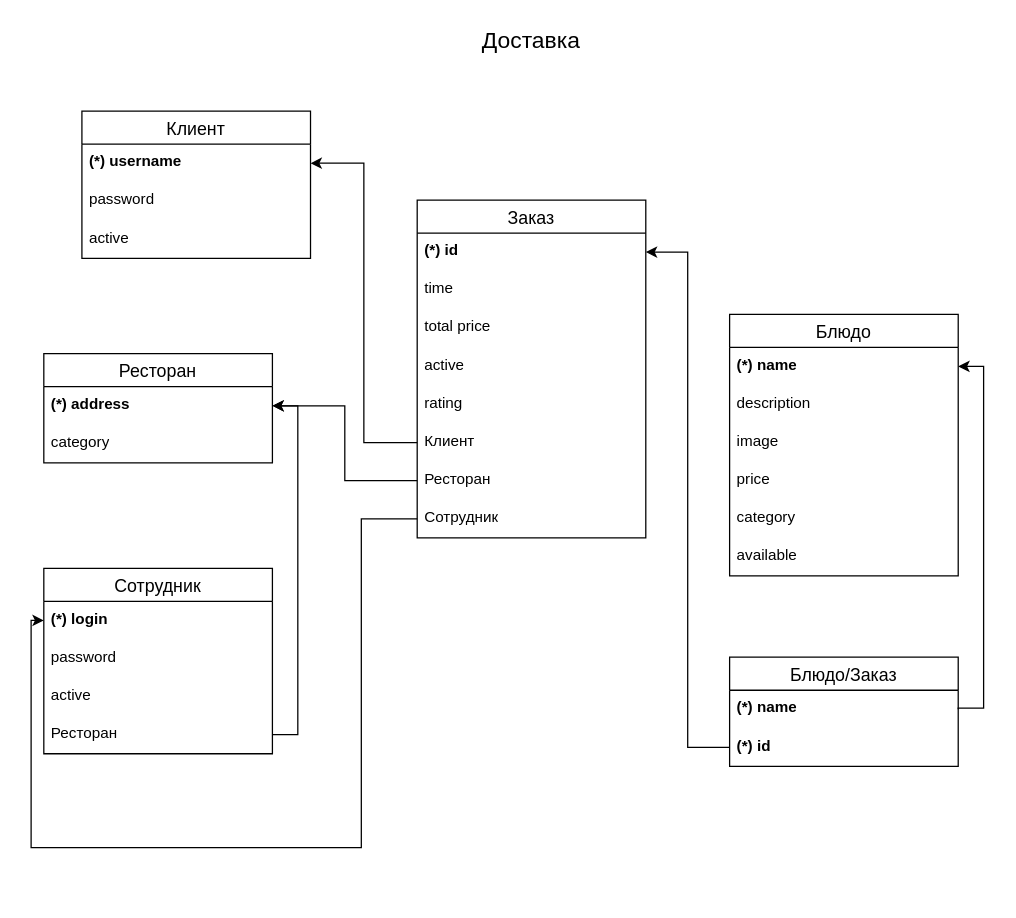
Above: doc/relational.drawio in Nuikut/fastapi-react-delivery (draw.io), before the change. Source tidied: cells renumbered, new cells numbered last; positions are measured from the earlier drawing's top-left corner, leaving out a move shared by most shapes. Both pictures are drawn from the tidied source at 127%, with x=0, y=0 at pixel (30, 22).
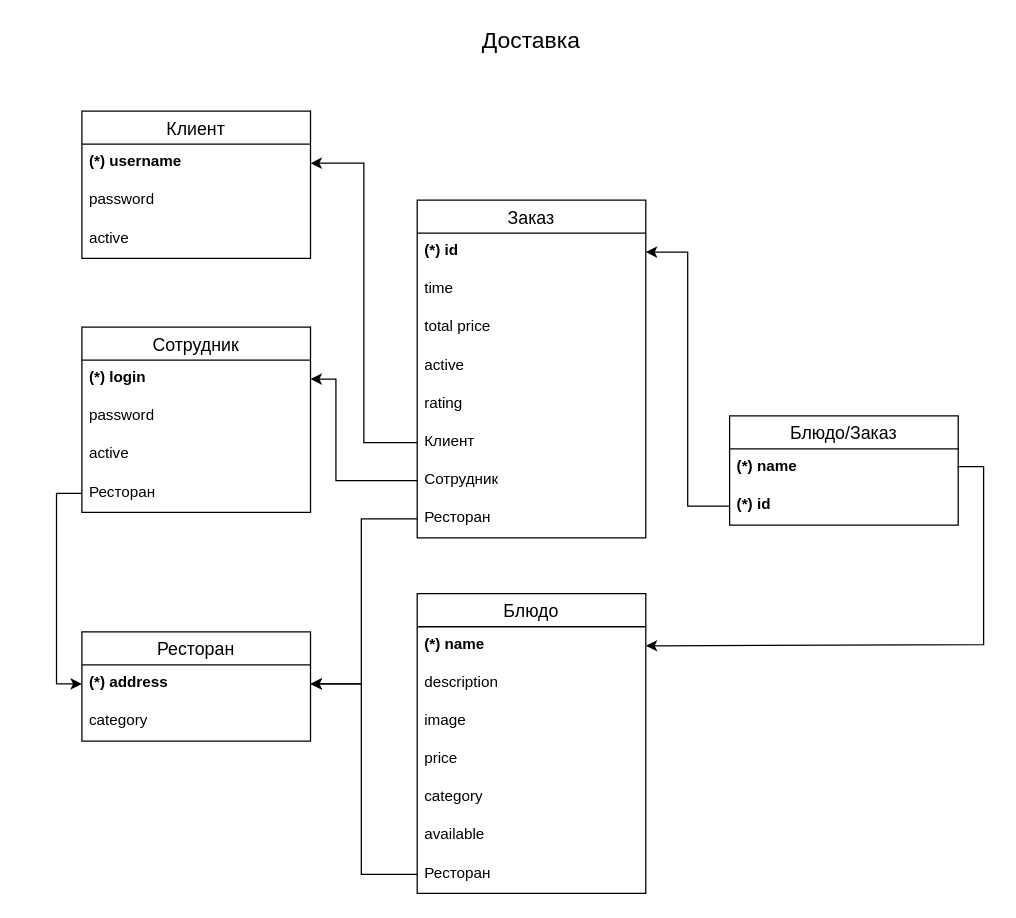
The same page after the edit.

The change refers to these unchanged cells:
```xml
<mxCell id="8" value="&lt;b&gt;(*) name&lt;/b&gt;" style="text;strokeColor=none;fillColor=none;spacingLeft=4;spacingRight=4;overflow=hidden;points=[[0,0.5],[1,0.5]];portConstraint=eastwest;fontSize=12;whiteSpace=wrap;html=1;fontStyle=0;" parent="7" vertex="1">
  <mxGeometry y="26" width="180" height="30" as="geometry" />
</mxCell>
<mxCell id="15" value="&lt;b&gt;(*) address&lt;/b&gt;" style="text;strokeColor=none;fillColor=none;spacingLeft=4;spacingRight=4;overflow=hidden;points=[[0,0.5],[1,0.5]];portConstraint=eastwest;fontSize=12;whiteSpace=wrap;html=1;fontStyle=0;" parent="14" vertex="1">
  <mxGeometry y="26" width="180" height="30" as="geometry" />
</mxCell>
<mxCell id="17" value="Заказ" style="swimlane;fontStyle=0;horizontal=1;startSize=26;align=center;fontSize=14;" parent="1" vertex="1">
  <mxGeometry x="304" y="140" width="180" height="266" as="geometry" />
</mxCell>
<mxCell id="27" value="&lt;b&gt;(*) login&lt;/b&gt;" style="text;strokeColor=none;fillColor=none;spacingLeft=4;spacingRight=4;overflow=hidden;points=[[0,0.5],[1,0.5]];portConstraint=eastwest;fontSize=12;whiteSpace=wrap;html=1;fontStyle=0;" parent="26" vertex="1">
  <mxGeometry y="26" width="180" height="30" as="geometry" />
</mxCell>
<mxCell id="30" value="Ресторан" style="text;strokeColor=none;fillColor=none;spacingLeft=4;spacingRight=4;overflow=hidden;points=[[0,0.5],[1,0.5]];portConstraint=eastwest;fontSize=12;whiteSpace=wrap;html=1;" parent="26" vertex="1">
  <mxGeometry y="116" width="180" height="30" as="geometry" />
</mxCell>
<mxCell id="36" value="&lt;b&gt;(*) name&lt;/b&gt;" style="text;strokeColor=none;fillColor=none;spacingLeft=4;spacingRight=4;overflow=hidden;points=[[0,0.5],[1,0.5]];portConstraint=eastwest;fontSize=12;whiteSpace=wrap;html=1;fontStyle=0;" parent="35" vertex="1">
  <mxGeometry y="26" width="180" height="30" as="geometry" />
</mxCell>
```

Change to the diagram source:
```diff
@@
     <mxCell id="7" value="Блюдо" style="swimlane;fontStyle=0;horizontal=1;startSize=26;align=center;fontSize=14;" parent="1" vertex="1">
-      <mxGeometry x="550" y="230" width="180" height="206" as="geometry" />
+      <mxGeometry x="304" y="450" width="180" height="236" as="geometry" />
     </mxCell>
@@
+    <mxCell id="40" value="Ресторан" style="text;strokeColor=none;fillColor=none;spacingLeft=4;spacingRight=4;overflow=hidden;points=[[0,0.5],[1,0.5]];portConstraint=eastwest;fontSize=12;whiteSpace=wrap;html=1;" parent="7" vertex="1">
+      <mxGeometry y="206" width="180" height="30" as="geometry" />
+    </mxCell>
     <mxCell id="14" value="Ресторан" style="swimlane;fontStyle=0;horizontal=1;startSize=26;align=center;fontSize=14;" parent="1" vertex="1">
-      <mxGeometry x="10" y="261" width="180" height="86" as="geometry" />
+      <mxGeometry x="40" y="480" width="180" height="86" as="geometry" />
     </mxCell>
@@
+    <mxCell id="25" value="Сотрудник" style="text;strokeColor=none;fillColor=none;spacingLeft=4;spacingRight=4;overflow=hidden;points=[[0,0.5],[1,0.5]];portConstraint=eastwest;fontSize=12;whiteSpace=wrap;html=1;" parent="17" vertex="1">
+      <mxGeometry y="206" width="180" height="30" as="geometry" />
+    </mxCell>
     <mxCell id="24" value="Ресторан" style="text;strokeColor=none;fillColor=none;spacingLeft=4;spacingRight=4;overflow=hidden;points=[[0,0.5],[1,0.5]];portConstraint=eastwest;fontSize=12;whiteSpace=wrap;html=1;" parent="17" vertex="1">
-      <mxGeometry y="206" width="180" height="30" as="geometry" />
+      <mxGeometry y="236" width="180" height="30" as="geometry" />
     </mxCell>
-    <mxCell id="25" value="Сотрудник" style="text;strokeColor=none;fillColor=none;spacingLeft=4;spacingRight=4;overflow=hidden;points=[[0,0.5],[1,0.5]];portConstraint=eastwest;fontSize=12;whiteSpace=wrap;html=1;" parent="17" vertex="1">
-      <mxGeometry y="236" width="180" height="30" as="geometry" />
-    </mxCell>
     <mxCell id="26" value="Сотрудник" style="swimlane;fontStyle=0;horizontal=1;startSize=26;align=center;fontSize=14;" parent="1" vertex="1">
-      <mxGeometry x="10" y="430" width="180" height="146" as="geometry" />
+      <mxGeometry x="40" y="240" width="180" height="146" as="geometry" />
     </mxCell>
@@
     <mxCell id="32" style="edgeStyle=orthogonalEdgeStyle;rounded=0;jettySize=auto;html=1;entryX=1;entryY=0.5;entryDx=0;entryDy=0;" parent="1" edge="1" source="24" target="15">
-      <mxGeometry relative="1" as="geometry" />
+      <mxGeometry relative="1" as="geometry">
+        <Array as="points">
+          <mxPoint x="260" y="391" />
+          <mxPoint x="260" y="521" />
+        </Array>
+      </mxGeometry>
     </mxCell>
-    <mxCell id="33" style="edgeStyle=orthogonalEdgeStyle;rounded=0;jettySize=auto;html=1;entryX=1;entryY=0.5;entryDx=0;entryDy=0;" parent="1" edge="1" source="30" target="15">
+    <mxCell id="33" style="edgeStyle=orthogonalEdgeStyle;rounded=0;jettySize=auto;html=1;entryX=0;entryY=0.5;entryDx=0;entryDy=0;" parent="1" edge="1" source="30" target="15">
       <mxGeometry relative="1" as="geometry">
         <Array as="points">
-          <mxPoint x="210" y="561" />
-          <mxPoint x="210" y="302" />
+          <mxPoint x="20" y="371" />
+          <mxPoint x="20" y="521" />
         </Array>
       </mxGeometry>
     </mxCell>
-    <mxCell id="34" style="edgeStyle=orthogonalEdgeStyle;rounded=0;jettySize=auto;html=1;entryX=0;entryY=0.5;entryDx=0;entryDy=0;" parent="1" edge="1" source="25" target="27">
+    <mxCell id="34" style="edgeStyle=orthogonalEdgeStyle;rounded=0;jettySize=auto;html=1;entryX=1;entryY=0.5;entryDx=0;entryDy=0;" parent="1" edge="1" source="25" target="27">
       <mxGeometry relative="1" as="geometry">
         <Array as="points">
-          <mxPoint x="260" y="391" />
-          <mxPoint x="260" y="650" />
-          <mxPoint y="650" />
-          <mxPoint y="471" />
+          <mxPoint x="240" y="361" />
+          <mxPoint x="240" y="281" />
         </Array>
       </mxGeometry>
     </mxCell>
     <mxCell id="35" value="Блюдо/Заказ" style="swimlane;fontStyle=0;horizontal=1;startSize=26;align=center;fontSize=14;" parent="1" vertex="1">
-      <mxGeometry x="550" y="500" width="180" height="86" as="geometry" />
+      <mxGeometry x="550" y="310" width="180" height="86" as="geometry" />
     </mxCell>
@@
     <mxCell id="39" style="edgeStyle=orthogonalEdgeStyle;rounded=0;jettySize=auto;html=1;entryX=1;entryY=0.5;entryDx=0;entryDy=0;exitX=1;exitY=0.5;exitDx=0;exitDy=0;" parent="1" edge="1" source="36" target="8">
       <mxGeometry relative="1" as="geometry">
         <Array as="points">
-          <mxPoint x="730" y="540" />
-          <mxPoint x="750" y="540" />
-          <mxPoint x="750" y="271" />
+          <mxPoint x="730" y="350" />
+          <mxPoint x="750" y="350" />
+          <mxPoint x="750" y="490" />
         </Array>
       </mxGeometry>
     </mxCell>
+    <mxCell id="41" style="edgeStyle=orthogonalEdgeStyle;rounded=0;jettySize=auto;html=1;entryX=1;entryY=0.5;entryDx=0;entryDy=0;" parent="1" edge="1" source="40" target="15">
+      <mxGeometry relative="1" as="geometry">
+        <Array as="points">
+          <mxPoint x="260" y="671" />
+          <mxPoint x="260" y="521" />
+        </Array>
+      </mxGeometry>
+    </mxCell>
```
